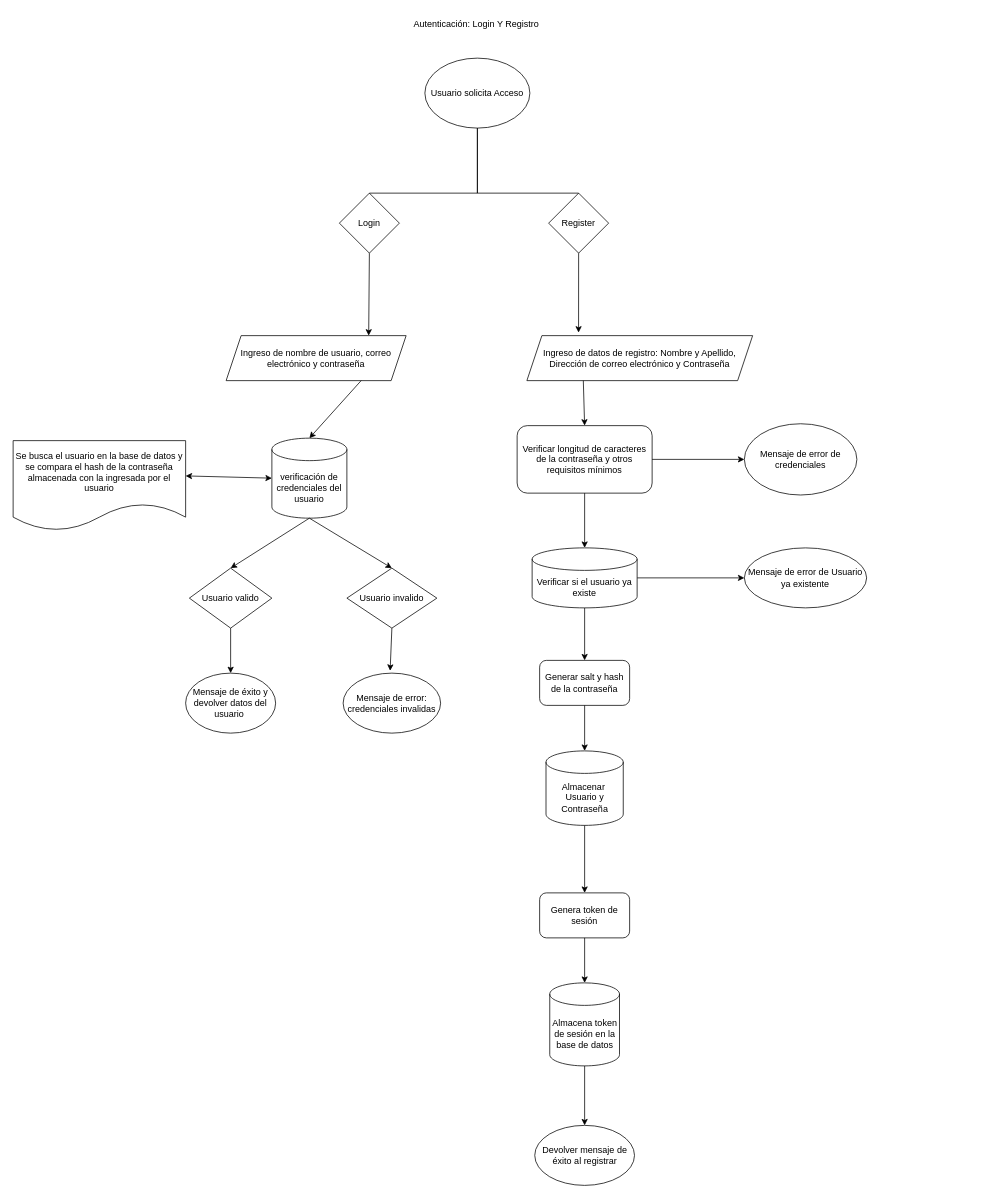
Before: Diagrama sin título.drawio in Sapitorico/FroggyCommerce-api, a draw.io diagram. Source tidied: cells renumbered, new cells numbered last; positions are measured from the earlier drawing's top-left corner, leaving out a move shared by most shapes. Both pictures are drawn from the tidied source at 75%, with x=0, y=0 at pixel (13, 13).
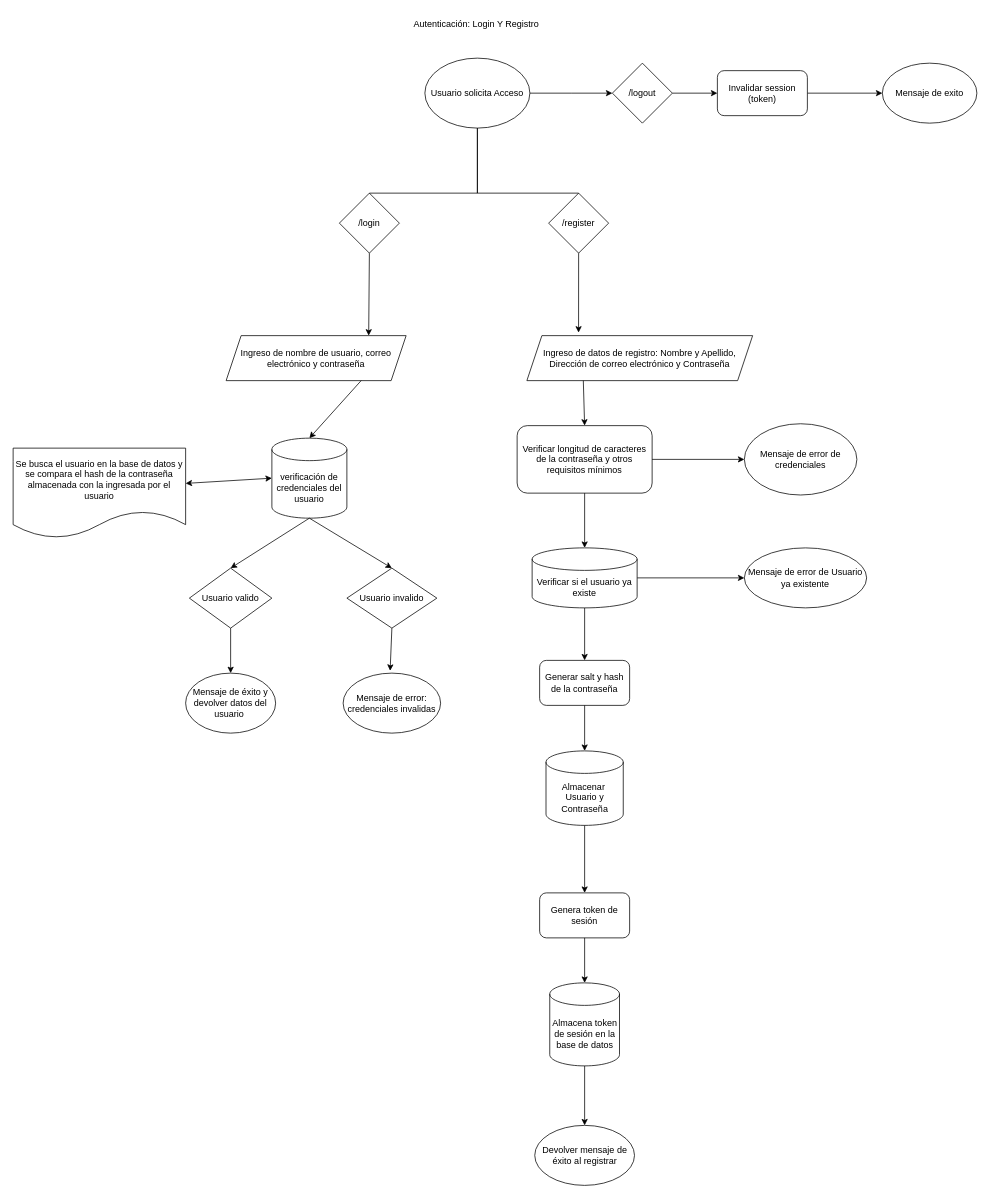
Above is the later version.

Unchanged cells that the change refers to:
```xml
<mxCell id="3" value="Usuario solicita Acceso" style="ellipse;whiteSpace=wrap;html=1;" parent="1" vertex="1">
  <mxGeometry x="549" y="60" width="140" height="93.3" as="geometry" />
</mxCell>
```

The edit, as a diff of the source:
```diff
@@
+    <mxCell id="42" style="edgeStyle=orthogonalEdgeStyle;rounded=0;jettySize=auto;html=1;" parent="1" edge="1" source="3" target="44">
+      <mxGeometry relative="1" as="geometry" />
+    </mxCell>
@@
-    <mxCell id="4" value="Login" style="rhombus;whiteSpace=wrap;html=1;" parent="1" vertex="1">
+    <mxCell id="4" value="/login" style="rhombus;whiteSpace=wrap;html=1;" parent="1" vertex="1">
       <mxGeometry x="435" y="240" width="80" height="80" as="geometry" />
     </mxCell>
-    <mxCell id="5" value="Register" style="rhombus;whiteSpace=wrap;html=1;" parent="1" vertex="1">
+    <mxCell id="5" value="/register" style="rhombus;whiteSpace=wrap;html=1;" parent="1" vertex="1">
       <mxGeometry x="714" y="240" width="80" height="80" as="geometry" />
     </mxCell>
@@
     <mxCell id="40" value="Se busca el usuario en la base de datos y se compara el hash de la contraseña almacenada con la ingresada por el usuario" style="shape=document;whiteSpace=wrap;html=1;boundedLbl=1;" parent="1" vertex="1">
-      <mxGeometry y="570" width="230" height="120" as="geometry" />
+      <mxGeometry y="580" width="230" height="120" as="geometry" />
     </mxCell>
@@
+    <mxCell id="43" style="edgeStyle=orthogonalEdgeStyle;rounded=0;jettySize=auto;html=1;" parent="1" edge="1" source="44" target="46">
+      <mxGeometry relative="1" as="geometry" />
+    </mxCell>
+    <mxCell id="44" value="/logout" style="rhombus;whiteSpace=wrap;html=1;" parent="1" vertex="1">
+      <mxGeometry x="799" y="66.7" width="80" height="80" as="geometry" />
+    </mxCell>
+    <mxCell id="45" style="edgeStyle=orthogonalEdgeStyle;rounded=0;jettySize=auto;html=1;" parent="1" edge="1" source="46" target="47">
+      <mxGeometry relative="1" as="geometry" />
+    </mxCell>
+    <mxCell id="46" value="Invalidar session (token)" style="rounded=1;whiteSpace=wrap;html=1;" parent="1" vertex="1">
+      <mxGeometry x="939" y="76.7" width="120" height="60" as="geometry" />
+    </mxCell>
+    <mxCell id="47" value="Mensaje de exito" style="ellipse;whiteSpace=wrap;html=1;rounded=1;" parent="1" vertex="1">
+      <mxGeometry x="1159" y="66.7" width="126" height="80" as="geometry" />
+    </mxCell>
```
